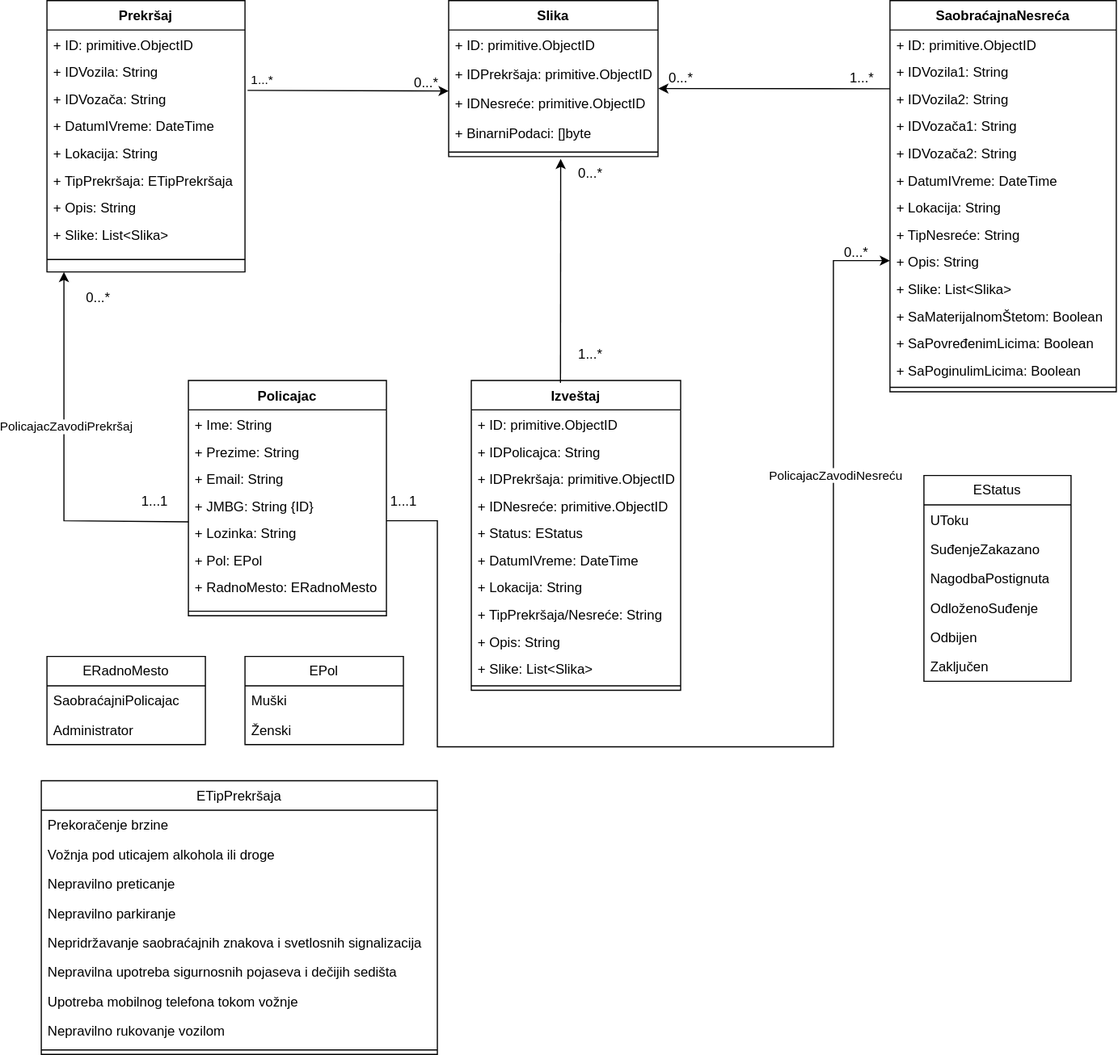
The draw.io diagram Diagrams/SaobracajnaPolicija_ClassDiagram.svg in anna02272/EGovernment, before a commit. Source tidied: cells renumbered, new cells last; positions are measured from the earlier drawing's top-left corner, leaving out a move shared by most shapes.
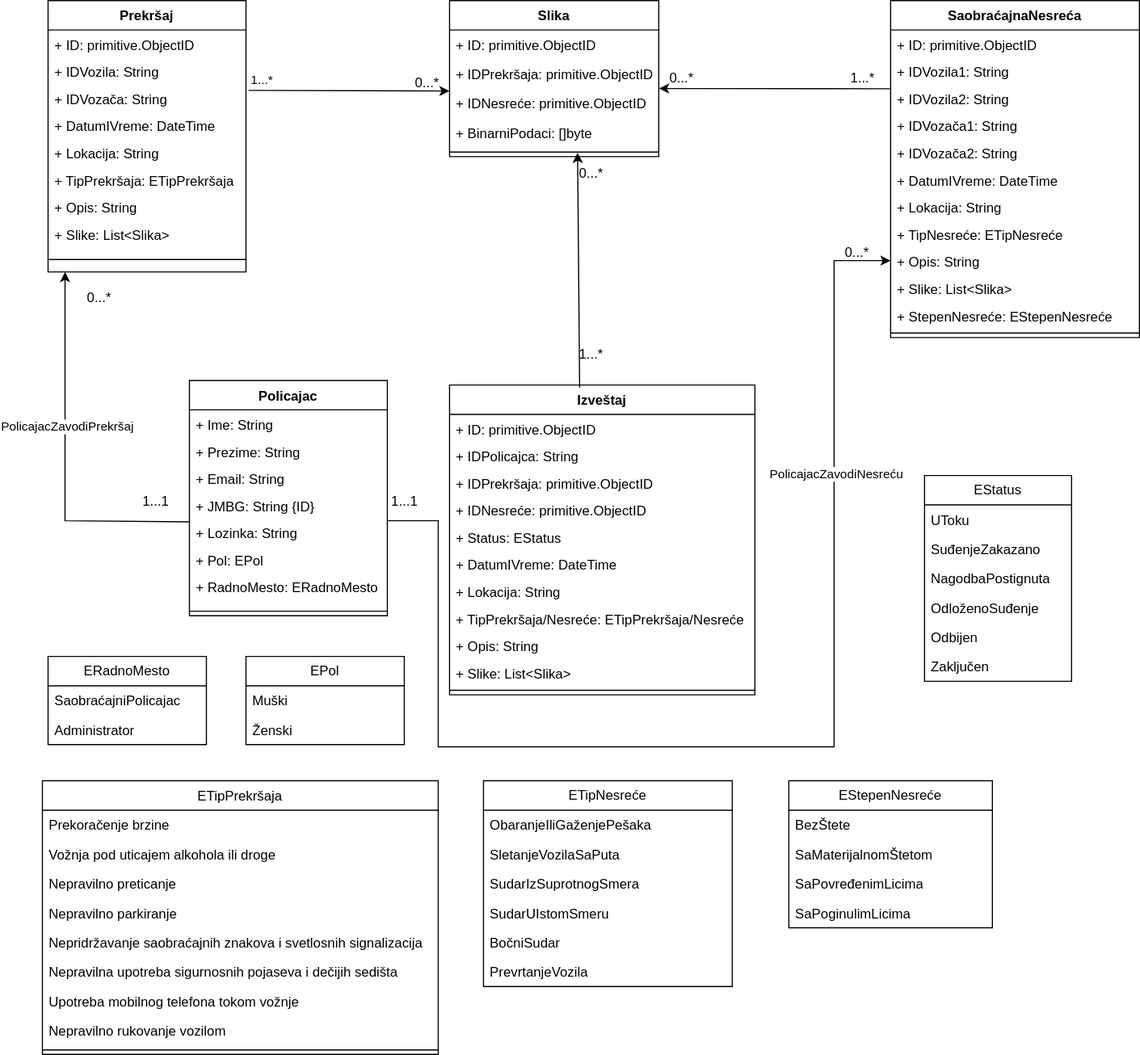
After the change.

Commit message:
Added some enumerations in class diagram

Change to the diagram source:
```diff
@@ -78,85 +78,79 @@
       <mxGeometry y="218" width="175" height="22" as="geometry" />
     </mxCell>
     <mxCell id="27" value="SaobraćajnaNesreća" style="swimlane;fontStyle=1;align=center;verticalAlign=top;horizontal=1;startSize=26;whiteSpace=wrap;html=1;" parent="1" vertex="1">
-      <mxGeometry x="750" width="200" height="346" as="geometry" />
+      <mxGeometry x="750" width="220" height="298" as="geometry" />
     </mxCell>
     <mxCell id="28" value="+ ID: primitive.ObjectID" style="text;strokeColor=none;fillColor=none;align=left;verticalAlign=top;spacingLeft=4;spacingRight=4;overflow=hidden;whiteSpace=wrap;html=1;" parent="27" vertex="1">
-      <mxGeometry y="26" width="200" height="24" as="geometry" />
+      <mxGeometry y="26" width="220" height="24" as="geometry" />
     </mxCell>
     <mxCell id="29" value="+ IDVozila1: String" style="text;strokeColor=none;fillColor=none;align=left;verticalAlign=top;spacingLeft=4;spacingRight=4;overflow=hidden;whiteSpace=wrap;html=1;" parent="27" vertex="1">
-      <mxGeometry y="50" width="200" height="24" as="geometry" />
+      <mxGeometry y="50" width="220" height="24" as="geometry" />
     </mxCell>
     <mxCell id="30" value="+ IDVozila2: String" style="text;strokeColor=none;fillColor=none;align=left;verticalAlign=top;spacingLeft=4;spacingRight=4;overflow=hidden;whiteSpace=wrap;html=1;" parent="27" vertex="1">
-      <mxGeometry y="74" width="200" height="24" as="geometry" />
+      <mxGeometry y="74" width="220" height="24" as="geometry" />
     </mxCell>
     <mxCell id="31" value="+ IDVozača1: String" style="text;strokeColor=none;fillColor=none;align=left;verticalAlign=top;spacingLeft=4;spacingRight=4;overflow=hidden;whiteSpace=wrap;html=1;" parent="27" vertex="1">
-      <mxGeometry y="98" width="200" height="24" as="geometry" />
+      <mxGeometry y="98" width="220" height="24" as="geometry" />
     </mxCell>
     <mxCell id="32" value="+ IDVozača2: String" style="text;strokeColor=none;fillColor=none;align=left;verticalAlign=top;spacingLeft=4;spacingRight=4;overflow=hidden;whiteSpace=wrap;html=1;" parent="27" vertex="1">
-      <mxGeometry y="122" width="200" height="24" as="geometry" />
+      <mxGeometry y="122" width="220" height="24" as="geometry" />
     </mxCell>
     <mxCell id="33" value="+ DatumIVreme: DateTime" style="text;strokeColor=none;fillColor=none;align=left;verticalAlign=top;spacingLeft=4;spacingRight=4;overflow=hidden;whiteSpace=wrap;html=1;" parent="27" vertex="1">
-      <mxGeometry y="146" width="200" height="24" as="geometry" />
+      <mxGeometry y="146" width="220" height="24" as="geometry" />
     </mxCell>
     <mxCell id="34" value="+ Lokacija: String" style="text;strokeColor=none;fillColor=none;align=left;verticalAlign=top;spacingLeft=4;spacingRight=4;overflow=hidden;whiteSpace=wrap;html=1;" parent="27" vertex="1">
-      <mxGeometry y="170" width="200" height="24" as="geometry" />
+      <mxGeometry y="170" width="220" height="24" as="geometry" />
     </mxCell>
-    <mxCell id="35" value="+ TipNesreće: String" style="text;strokeColor=none;fillColor=none;align=left;verticalAlign=top;spacingLeft=4;spacingRight=4;overflow=hidden;whiteSpace=wrap;html=1;" parent="27" vertex="1">
-      <mxGeometry y="194" width="200" height="24" as="geometry" />
+    <mxCell id="35" value="+ TipNesreće: ETipNesreće" style="text;strokeColor=none;fillColor=none;align=left;verticalAlign=top;spacingLeft=4;spacingRight=4;overflow=hidden;whiteSpace=wrap;html=1;" parent="27" vertex="1">
+      <mxGeometry y="194" width="220" height="24" as="geometry" />
     </mxCell>
     <mxCell id="36" value="+ Opis: String" style="text;strokeColor=none;fillColor=none;align=left;verticalAlign=top;spacingLeft=4;spacingRight=4;overflow=hidden;points=[[0,0.5],[1,0.5]];portConstraint=eastwest;whiteSpace=wrap;html=1;" parent="27" vertex="1">
-      <mxGeometry y="218" width="200" height="24" as="geometry" />
+      <mxGeometry y="218" width="220" height="24" as="geometry" />
     </mxCell>
     <mxCell id="37" value="+ Slike: List&amp;lt;Slika&amp;gt;" style="text;strokeColor=none;fillColor=none;align=left;verticalAlign=top;spacingLeft=4;spacingRight=4;overflow=hidden;whiteSpace=wrap;html=1;" parent="27" vertex="1">
-      <mxGeometry y="242" width="200" height="24" as="geometry" />
+      <mxGeometry y="242" width="220" height="24" as="geometry" />
     </mxCell>
-    <mxCell id="38" value="+ SaMaterijalnomŠtetom: Boolean" style="text;strokeColor=none;fillColor=none;align=left;verticalAlign=top;spacingLeft=4;spacingRight=4;overflow=hidden;whiteSpace=wrap;html=1;" parent="27" vertex="1">
-      <mxGeometry y="266" width="200" height="24" as="geometry" />
+    <mxCell id="38" value="+ StepenNesreće: EStepenNesreće" style="text;strokeColor=none;fillColor=none;align=left;verticalAlign=top;spacingLeft=4;spacingRight=4;overflow=hidden;whiteSpace=wrap;html=1;" parent="27" vertex="1">
+      <mxGeometry y="266" width="220" height="24" as="geometry" />
     </mxCell>
-    <mxCell id="39" value="+ SaPovređenimLicima: Boolean" style="text;strokeColor=none;fillColor=none;align=left;verticalAlign=top;spacingLeft=4;spacingRight=4;overflow=hidden;whiteSpace=wrap;html=1;" parent="27" vertex="1">
-      <mxGeometry y="290" width="200" height="24" as="geometry" />
-    </mxCell>
-    <mxCell id="40" value="+ SaPoginulimLicima: Boolean" style="text;strokeColor=none;fillColor=none;align=left;verticalAlign=top;spacingLeft=4;spacingRight=4;overflow=hidden;whiteSpace=wrap;html=1;" parent="27" vertex="1">
-      <mxGeometry y="314" width="200" height="24" as="geometry" />
-    </mxCell>
     <mxCell id="41" style="line;strokeWidth=1;fillColor=none;align=left;verticalAlign=middle;spacingTop=-1;spacingLeft=3;spacingRight=3;labelPosition=right;strokeColor=inherit;" parent="27" vertex="1">
-      <mxGeometry y="338" width="200" height="8" as="geometry" />
+      <mxGeometry y="290" width="220" height="8" as="geometry" />
     </mxCell>
     <mxCell id="42" value="Izveštaj" style="swimlane;fontStyle=1;align=center;verticalAlign=top;horizontal=1;startSize=26;whiteSpace=wrap;html=1;" parent="1" vertex="1">
-      <mxGeometry x="380" y="336" width="185" height="274" as="geometry" />
+      <mxGeometry x="360" y="340" width="270" height="274" as="geometry" />
     </mxCell>
     <mxCell id="43" value="+ ID: primitive.ObjectID" style="text;strokeColor=none;fillColor=none;align=left;verticalAlign=top;spacingLeft=4;spacingRight=4;overflow=hidden;whiteSpace=wrap;html=1;" parent="42" vertex="1">
-      <mxGeometry y="26" width="185" height="24" as="geometry" />
+      <mxGeometry y="26" width="270" height="24" as="geometry" />
     </mxCell>
     <mxCell id="44" value="+ IDPolicajca: String" style="text;strokeColor=none;fillColor=none;align=left;verticalAlign=top;spacingLeft=4;spacingRight=4;overflow=hidden;whiteSpace=wrap;html=1;" parent="42" vertex="1">
-      <mxGeometry y="50" width="185" height="24" as="geometry" />
+      <mxGeometry y="50" width="270" height="24" as="geometry" />
     </mxCell>
     <mxCell id="45" value="+ IDPrekršaja: primitive.ObjectID" style="text;strokeColor=none;fillColor=none;align=left;verticalAlign=top;spacingLeft=4;spacingRight=4;overflow=hidden;whiteSpace=wrap;html=1;" parent="42" vertex="1">
-      <mxGeometry y="74" width="185" height="24" as="geometry" />
+      <mxGeometry y="74" width="270" height="24" as="geometry" />
     </mxCell>
     <mxCell id="46" value="+ IDNesreće: primitive.ObjectID" style="text;strokeColor=none;fillColor=none;align=left;verticalAlign=top;spacingLeft=4;spacingRight=4;overflow=hidden;whiteSpace=wrap;html=1;" parent="42" vertex="1">
-      <mxGeometry y="98" width="185" height="24" as="geometry" />
+      <mxGeometry y="98" width="270" height="24" as="geometry" />
     </mxCell>
     <mxCell id="47" value="+ Status: EStatus" style="text;strokeColor=none;fillColor=none;align=left;verticalAlign=top;spacingLeft=4;spacingRight=4;overflow=hidden;whiteSpace=wrap;html=1;" parent="42" vertex="1">
-      <mxGeometry y="122" width="185" height="24" as="geometry" />
+      <mxGeometry y="122" width="270" height="24" as="geometry" />
     </mxCell>
     <mxCell id="48" value="+ DatumIVreme: DateTime" style="text;strokeColor=none;fillColor=none;align=left;verticalAlign=top;spacingLeft=4;spacingRight=4;overflow=hidden;whiteSpace=wrap;html=1;" parent="42" vertex="1">
-      <mxGeometry y="146" width="185" height="24" as="geometry" />
+      <mxGeometry y="146" width="270" height="24" as="geometry" />
     </mxCell>
     <mxCell id="49" value="+ Lokacija: String" style="text;strokeColor=none;fillColor=none;align=left;verticalAlign=top;spacingLeft=4;spacingRight=4;overflow=hidden;whiteSpace=wrap;html=1;" parent="42" vertex="1">
-      <mxGeometry y="170" width="185" height="24" as="geometry" />
+      <mxGeometry y="170" width="270" height="24" as="geometry" />
     </mxCell>
-    <mxCell id="50" value="+ TipPrekršaja/Nesreće: String" style="text;strokeColor=none;fillColor=none;align=left;verticalAlign=top;spacingLeft=4;spacingRight=4;overflow=hidden;whiteSpace=wrap;html=1;" parent="42" vertex="1">
-      <mxGeometry y="194" width="185" height="24" as="geometry" />
+    <mxCell id="50" value="+ TipPrekršaja/Nesreće: ETipPrekršaja/Nesreće" style="text;strokeColor=none;fillColor=none;align=left;verticalAlign=top;spacingLeft=4;spacingRight=4;overflow=hidden;whiteSpace=wrap;html=1;" parent="42" vertex="1">
+      <mxGeometry y="194" width="270" height="24" as="geometry" />
     </mxCell>
     <mxCell id="51" value="+ Opis: String" style="text;strokeColor=none;fillColor=none;align=left;verticalAlign=top;spacingLeft=4;spacingRight=4;overflow=hidden;whiteSpace=wrap;html=1;" parent="42" vertex="1">
-      <mxGeometry y="218" width="185" height="24" as="geometry" />
+      <mxGeometry y="218" width="270" height="24" as="geometry" />
     </mxCell>
     <mxCell id="52" value="+ Slike: List&amp;lt;Slika&amp;gt;" style="text;strokeColor=none;fillColor=none;align=left;verticalAlign=top;spacingLeft=4;spacingRight=4;overflow=hidden;whiteSpace=wrap;html=1;" parent="42" vertex="1">
-      <mxGeometry y="242" width="185" height="24" as="geometry" />
+      <mxGeometry y="242" width="270" height="24" as="geometry" />
     </mxCell>
     <mxCell id="53" style="line;strokeWidth=1;fillColor=none;align=left;verticalAlign=middle;spacingTop=-1;spacingLeft=3;spacingRight=3;labelPosition=right;strokeColor=inherit;" parent="42" vertex="1">
-      <mxGeometry y="266" width="185" height="8" as="geometry" />
+      <mxGeometry y="266" width="270" height="8" as="geometry" />
     </mxCell>
     <mxCell id="54" value="EStatus" style="swimlane;fontStyle=0;horizontal=1;startSize=26;fillColor=none;whiteSpace=wrap;html=1;" parent="1" vertex="1">
       <mxGeometry x="780" y="420" width="130" height="182" as="geometry" />
@@ -235,10 +229,8 @@
     <mxCell id="73" value="PolicajacZavodiNesreću" style="edgeLabel;html=1;align=center;verticalAlign=middle;" parent="72" vertex="1">
       <mxGeometry x="0.56" y="-1" relative="1" as="geometry" />
     </mxCell>
-    <mxCell id="74" style="endArrow=classic;html=1;rounded=0;exitX=0.426;exitY=0.008;exitDx=0;exitDy=0;exitPerimeter=0;" parent="1" edge="1" source="42">
-      <mxGeometry relative="1" as="geometry">
-        <mxPoint x="459" y="140" as="targetPoint" />
-      </mxGeometry>
+    <mxCell id="74" style="endArrow=classic;html=1;rounded=0;exitX=0.426;exitY=0.008;exitDx=0;exitDy=0;exitPerimeter=0;entryX=0.612;entryY=0.575;entryDx=0;entryDy=0;entryPerimeter=0;" parent="1" edge="1" source="42" target="66">
+      <mxGeometry relative="1" as="geometry" />
     </mxCell>
     <mxCell id="75" value="0...*" style="text;html=1;align=center;verticalAlign=middle;strokeColor=none;fillColor=none;" parent="1" vertex="1">
       <mxGeometry x="320" y="58" width="40" height="30" as="geometry" />
@@ -297,5 +289,41 @@
     <mxCell id="93" style="line;html=1;strokeWidth=1;align=left;verticalAlign=middle;spacingTop=-1;spacingLeft=3;spacingRight=3;labelPosition=right;" parent="84" vertex="1">
       <mxGeometry y="234" width="350" height="8" as="geometry" />
     </mxCell>
+    <mxCell id="94" value="&lt;span style=&quot;text-wrap: nowrap;&quot;&gt;ETipNesreće&lt;/span&gt;" style="swimlane;fontStyle=0;horizontal=1;startSize=26;fillColor=none;whiteSpace=wrap;html=1;" parent="1" vertex="1">
+      <mxGeometry x="390" y="690" width="220" height="182" as="geometry" />
+    </mxCell>
+    <mxCell id="95" value="&lt;span style=&quot;text-wrap: nowrap;&quot;&gt;ObaranjeIliGaženjePešaka&lt;/span&gt;" style="text;strokeColor=none;fillColor=none;align=left;verticalAlign=top;spacingLeft=4;spacingRight=4;overflow=hidden;whiteSpace=wrap;html=1;" parent="94" vertex="1">
+      <mxGeometry y="26" width="220" height="26" as="geometry" />
+    </mxCell>
+    <mxCell id="96" value="&lt;span style=&quot;text-wrap: nowrap;&quot;&gt;SletanjeVozilaSaPuta&lt;/span&gt;" style="text;strokeColor=none;fillColor=none;align=left;verticalAlign=top;spacingLeft=4;spacingRight=4;overflow=hidden;whiteSpace=wrap;html=1;" parent="94" vertex="1">
+      <mxGeometry y="52" width="220" height="26" as="geometry" />
+    </mxCell>
+    <mxCell id="97" value="&lt;span style=&quot;text-wrap: nowrap;&quot;&gt;SudarIzSuprotnogSmera&lt;/span&gt;" style="text;strokeColor=none;fillColor=none;align=left;verticalAlign=top;spacingLeft=4;spacingRight=4;overflow=hidden;whiteSpace=wrap;html=1;" parent="94" vertex="1">
+      <mxGeometry y="78" width="220" height="26" as="geometry" />
+    </mxCell>
+    <mxCell id="98" value="&lt;span style=&quot;text-wrap: nowrap;&quot;&gt;SudarUIstomSmeru&lt;/span&gt;" style="text;strokeColor=none;fillColor=none;align=left;verticalAlign=top;spacingLeft=4;spacingRight=4;overflow=hidden;whiteSpace=wrap;html=1;" parent="94" vertex="1">
+      <mxGeometry y="104" width="220" height="26" as="geometry" />
+    </mxCell>
+    <mxCell id="99" value="&lt;span style=&quot;text-wrap: nowrap;&quot;&gt;BočniSudar&lt;/span&gt;" style="text;strokeColor=none;fillColor=none;align=left;verticalAlign=top;spacingLeft=4;spacingRight=4;overflow=hidden;whiteSpace=wrap;html=1;" parent="94" vertex="1">
+      <mxGeometry y="130" width="220" height="26" as="geometry" />
+    </mxCell>
+    <mxCell id="100" value="&lt;span style=&quot;text-wrap: nowrap;&quot;&gt;PrevrtanjeVozila&lt;/span&gt;" style="text;strokeColor=none;fillColor=none;align=left;verticalAlign=top;spacingLeft=4;spacingRight=4;overflow=hidden;whiteSpace=wrap;html=1;" parent="94" vertex="1">
+      <mxGeometry y="156" width="220" height="26" as="geometry" />
+    </mxCell>
+    <mxCell id="101" value="&lt;span style=&quot;text-wrap: nowrap;&quot;&gt;EStepenNesreće&lt;/span&gt;" style="swimlane;fontStyle=0;horizontal=1;startSize=26;fillColor=none;whiteSpace=wrap;html=1;" parent="1" vertex="1">
+      <mxGeometry x="660" y="690" width="180" height="130" as="geometry" />
+    </mxCell>
+    <mxCell id="102" value="&lt;span style=&quot;text-wrap: nowrap;&quot;&gt;BezŠtete&lt;/span&gt;" style="text;strokeColor=none;fillColor=none;align=left;verticalAlign=top;spacingLeft=4;spacingRight=4;overflow=hidden;whiteSpace=wrap;html=1;" parent="101" vertex="1">
+      <mxGeometry y="26" width="180" height="26" as="geometry" />
+    </mxCell>
+    <mxCell id="103" value="SaMaterijalnomŠtetom" style="text;strokeColor=none;fillColor=none;align=left;verticalAlign=top;spacingLeft=4;spacingRight=4;overflow=hidden;whiteSpace=wrap;html=1;" parent="101" vertex="1">
+      <mxGeometry y="52" width="180" height="26" as="geometry" />
+    </mxCell>
+    <mxCell id="104" value="SaPovređenimLicima" style="text;strokeColor=none;fillColor=none;align=left;verticalAlign=top;spacingLeft=4;spacingRight=4;overflow=hidden;whiteSpace=wrap;html=1;" parent="101" vertex="1">
+      <mxGeometry y="78" width="180" height="26" as="geometry" />
+    </mxCell>
+    <mxCell id="105" value="SaPoginulimLicima" style="text;strokeColor=none;fillColor=none;align=left;verticalAlign=top;spacingLeft=4;spacingRight=4;overflow=hidden;whiteSpace=wrap;html=1;" parent="101" vertex="1">
+      <mxGeometry y="104" width="180" height="26" as="geometry" />
+    </mxCell>
   </root>
 </mxGraphModel>
```
